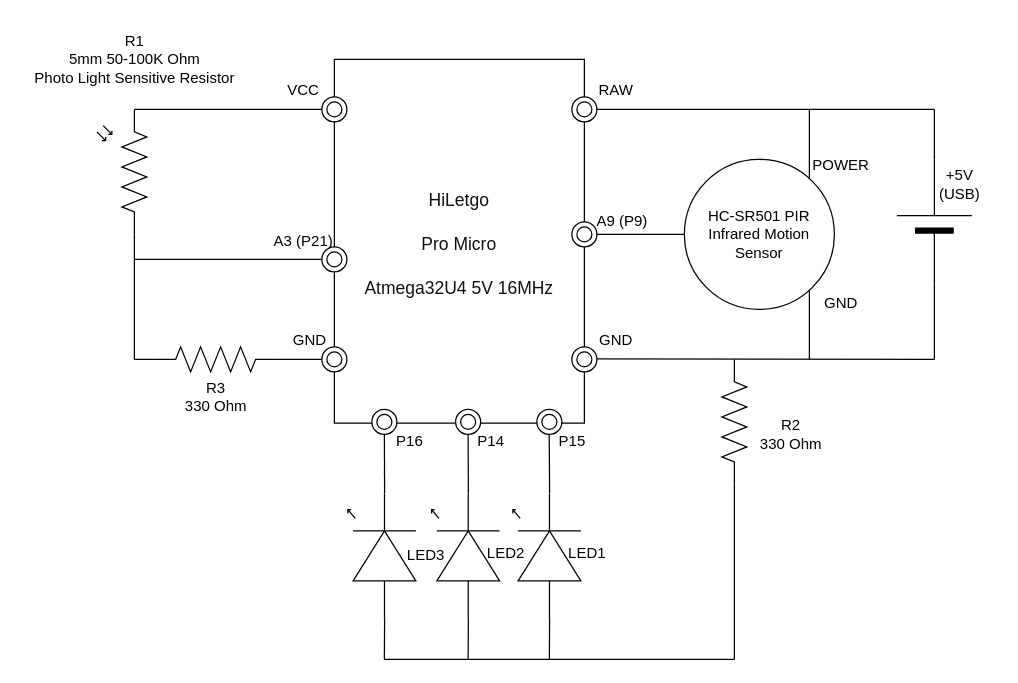
Earlier version of the draw.io diagram docs/circuit-diagram.drawio (arabed/motion-night-light). Source tidied: cells renumbered, new cells numbered last; positions are measured from the earlier drawing's top-left corner, leaving out a move shared by most shapes. Both pictures are drawn from the tidied source at 125%, with x=0, y=0 at pixel (21, 21).
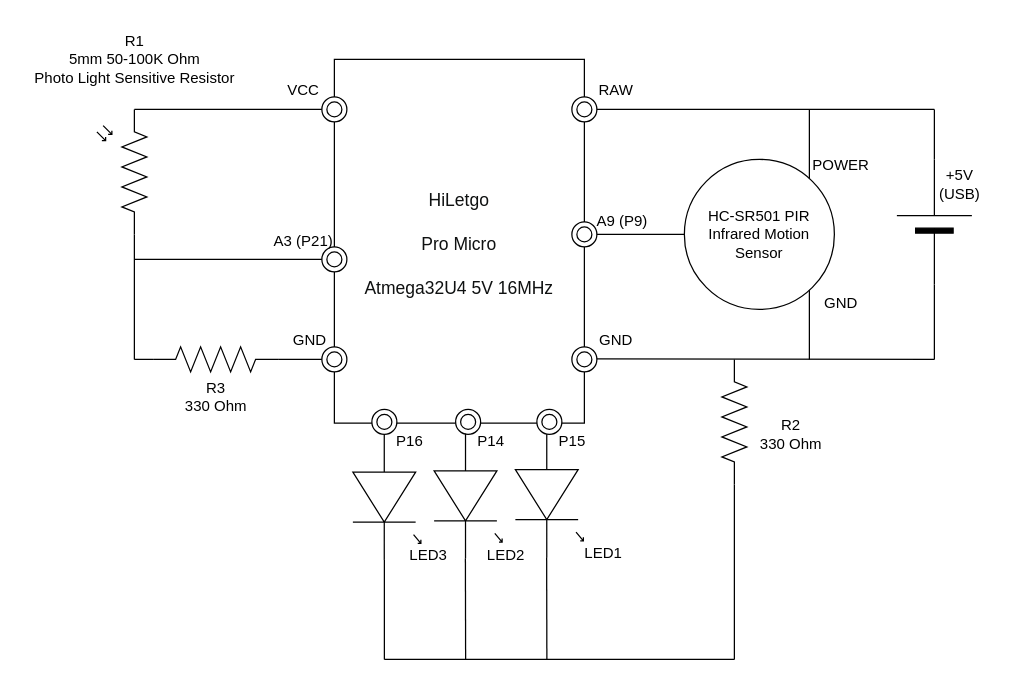
Above is the later version.

Unchanged cells that the change refers to:
```xml
<mxCell id="3" value="&lt;h1 style=&quot;box-sizing: border-box; padding: 0px; margin-top: 0px; margin-right: 0px; margin-left: 0px; text-rendering: optimizelegibility; font-weight: 400; color: rgb(15, 17, 17); background-color: rgb(255, 255, 255); margin-bottom: 0px !important; line-height: 32px !important;&quot; class=&quot;a-size-large a-spacing-none&quot;&gt;&lt;span style=&quot;box-sizing: border-box; text-rendering: optimizelegibility; word-break: break-word; line-height: 32px !important;&quot; class=&quot;a-size-large product-title-word-break&quot; id=&quot;productTitle&quot;&gt;&lt;font style=&quot;font-size: 14px;&quot; face=&quot;Helvetica&quot;&gt;HiLetgo&lt;/font&gt;&lt;/span&gt;&lt;/h1&gt;&lt;h1 style=&quot;box-sizing: border-box; padding: 0px; margin-top: 0px; margin-right: 0px; margin-left: 0px; text-rendering: optimizelegibility; font-weight: 400; color: rgb(15, 17, 17); background-color: rgb(255, 255, 255); margin-bottom: 0px !important; line-height: 32px !important;&quot; class=&quot;a-size-large a-spacing-none&quot;&gt;&lt;span style=&quot;box-sizing: border-box; text-rendering: optimizelegibility; word-break: break-word; line-height: 32px !important;&quot; class=&quot;a-size-large product-title-word-break&quot;&gt;&lt;font style=&quot;font-size: 14px;&quot; face=&quot;Helvetica&quot;&gt;Pro Micro&lt;/font&gt;&lt;/span&gt;&lt;/h1&gt;&lt;h1 style=&quot;box-sizing: border-box; padding: 0px; margin-top: 0px; margin-right: 0px; margin-left: 0px; text-rendering: optimizelegibility; font-weight: 400; color: rgb(15, 17, 17); background-color: rgb(255, 255, 255); margin-bottom: 0px !important; line-height: 32px !important;&quot; class=&quot;a-size-large a-spacing-none&quot;&gt;&lt;span style=&quot;box-sizing: border-box; text-rendering: optimizelegibility; word-break: break-word; line-height: 32px !important;&quot; class=&quot;a-size-large product-title-word-break&quot;&gt;&lt;font style=&quot;font-size: 14px;&quot; face=&quot;Helvetica&quot;&gt;Atmega32U4 5V 16MHz&lt;/font&gt;&lt;/span&gt;&lt;/h1&gt;" style="rounded=0;whiteSpace=wrap;html=1;align=center;" parent="1" vertex="1">
  <mxGeometry x="250" y="30" width="200" height="291" as="geometry" />
</mxCell>
<mxCell id="30" style="ellipse;shape=doubleEllipse;whiteSpace=wrap;html=1;" parent="1" vertex="1">
  <mxGeometry x="347" y="310" width="20" height="20" as="geometry" />
</mxCell>
```

Change to the diagram source:
```diff
@@
-    <mxCell id="5" style="verticalLabelPosition=bottom;shadow=0;dashed=0;align=center;html=1;verticalAlign=top;shape=mxgraph.electrical.opto_electronics.led_1;rotation=-90;" parent="1" vertex="1">
-      <mxGeometry x="370" y="400" width="100" height="54.4" as="geometry" />
+    <mxCell id="5" style="verticalLabelPosition=bottom;shadow=0;dashed=0;align=center;html=1;verticalAlign=top;shape=mxgraph.electrical.opto_electronics.led_1;rotation=90;" parent="1" vertex="1">
+      <mxGeometry x="372" y="351" width="100" height="54.4" as="geometry" />
     </mxCell>
@@
     <mxCell id="25" value="LED1" style="text;html=1;align=center;verticalAlign=middle;strokeColor=none;fillColor=none;" parent="1" vertex="1">
-      <mxGeometry x="427" y="410" width="50" height="30" as="geometry" />
+      <mxGeometry x="440" y="410" width="50" height="30" as="geometry" />
     </mxCell>
@@
-    <mxCell id="29" style="endArrow=none;html=1;rounded=0;entryX=0;entryY=0.54;entryDx=0;entryDy=0;entryPerimeter=0;" parent="1" edge="1" target="5">
+    <mxCell id="29" style="endArrow=none;html=1;rounded=0;" parent="1" edge="1">
       <mxGeometry relative="1" as="geometry">
-        <mxPoint x="422" y="510" as="sourcePoint" />
+        <mxPoint x="290" y="510" as="sourcePoint" />
+        <mxPoint x="290" y="430" as="targetPoint" />
+        <Array as="points">
+          <mxPoint x="290" y="450" />
+        </Array>
       </mxGeometry>
     </mxCell>
@@
-    <mxCell id="32" style="verticalLabelPosition=bottom;shadow=0;dashed=0;align=center;html=1;verticalAlign=top;shape=mxgraph.electrical.opto_electronics.led_1;rotation=-90;" parent="1" vertex="1">
-      <mxGeometry x="238" y="400" width="100" height="54.4" as="geometry" />
+    <mxCell id="32" style="verticalLabelPosition=bottom;shadow=0;dashed=0;align=center;html=1;verticalAlign=top;shape=mxgraph.electrical.opto_electronics.led_1;rotation=90;" parent="1" vertex="1">
+      <mxGeometry x="242" y="353" width="100" height="54.4" as="geometry" />
     </mxCell>
     <mxCell id="33" value="LED3" style="text;html=1;align=center;verticalAlign=middle;strokeColor=none;fillColor=none;" parent="1" vertex="1">
-      <mxGeometry x="298" y="412.2" width="50" height="30" as="geometry" />
+      <mxGeometry x="300" y="412.2" width="50" height="30" as="geometry" />
     </mxCell>
-    <mxCell id="34" style="endArrow=none;html=1;rounded=0;entryX=0;entryY=0.54;entryDx=0;entryDy=0;entryPerimeter=0;" parent="1" edge="1" target="32">
-      <mxGeometry relative="1" as="geometry">
-        <mxPoint x="290" y="510" as="sourcePoint" />
-      </mxGeometry>
-    </mxCell>
-    <mxCell id="35" style="verticalLabelPosition=bottom;shadow=0;dashed=0;align=center;html=1;verticalAlign=top;shape=mxgraph.electrical.opto_electronics.led_1;rotation=-90;" parent="1" vertex="1">
-      <mxGeometry x="305" y="400" width="100" height="54.4" as="geometry" />
+    <mxCell id="35" style="verticalLabelPosition=bottom;shadow=0;dashed=0;align=center;html=1;verticalAlign=top;shape=mxgraph.electrical.opto_electronics.led_1;rotation=90;" parent="1" vertex="1">
+      <mxGeometry x="307" y="352" width="100" height="54.4" as="geometry" />
     </mxCell>
-    <mxCell id="36" value="LED2" style="text;html=1;align=center;verticalAlign=middle;strokeColor=none;fillColor=none;" parent="1" vertex="1">
-      <mxGeometry x="362" y="410" width="50" height="30" as="geometry" />
+    <mxCell id="36" value="LED2" style="text;html=1;align=center;verticalAlign=middle;strokeColor=none;fillColor=none;rotation=0;" parent="1" vertex="1">
+      <mxGeometry x="362" y="412.2" width="50" height="30" as="geometry" />
     </mxCell>
-    <mxCell id="37" style="endArrow=none;html=1;rounded=0;entryX=0;entryY=0.54;entryDx=0;entryDy=0;entryPerimeter=0;" parent="1" edge="1" target="35">
-      <mxGeometry relative="1" as="geometry">
-        <mxPoint x="357" y="510" as="sourcePoint" />
-      </mxGeometry>
-    </mxCell>
-    <mxCell id="38" style="endArrow=none;html=1;rounded=0;entryX=0.859;entryY=1.002;entryDx=0;entryDy=0;entryPerimeter=0;exitX=1;exitY=0.54;exitDx=0;exitDy=0;exitPerimeter=0;" parent="1" edge="1" source="5" target="3">
-      <mxGeometry relative="1" as="geometry" />
-    </mxCell>
@@
-    <mxCell id="40" style="endArrow=none;html=1;rounded=0;entryX=0.5;entryY=1;entryDx=0;entryDy=0;exitX=1;exitY=0.54;exitDx=0;exitDy=0;exitPerimeter=0;" parent="1" edge="1" source="35" target="30">
-      <mxGeometry relative="1" as="geometry" />
-    </mxCell>
@@
-    <mxCell id="43" style="endArrow=none;html=1;rounded=0;exitX=1;exitY=0.54;exitDx=0;exitDy=0;exitPerimeter=0;" parent="1" edge="1" source="32">
-      <mxGeometry relative="1" as="geometry">
-        <mxPoint x="290" y="330" as="targetPoint" />
-      </mxGeometry>
-    </mxCell>
@@
+    <mxCell id="58" style="endArrow=none;html=1;rounded=0;entryX=1;entryY=0.54;entryDx=0;entryDy=0;entryPerimeter=0;" parent="1" edge="1" target="35">
+      <mxGeometry relative="1" as="geometry">
+        <mxPoint x="355" y="510" as="sourcePoint" />
+      </mxGeometry>
+    </mxCell>
+    <mxCell id="59" style="endArrow=none;html=1;rounded=0;entryX=1;entryY=0.54;entryDx=0;entryDy=0;entryPerimeter=0;" parent="1" edge="1" target="5">
+      <mxGeometry relative="1" as="geometry">
+        <mxPoint x="420" y="510" as="sourcePoint" />
+      </mxGeometry>
+    </mxCell>
```
